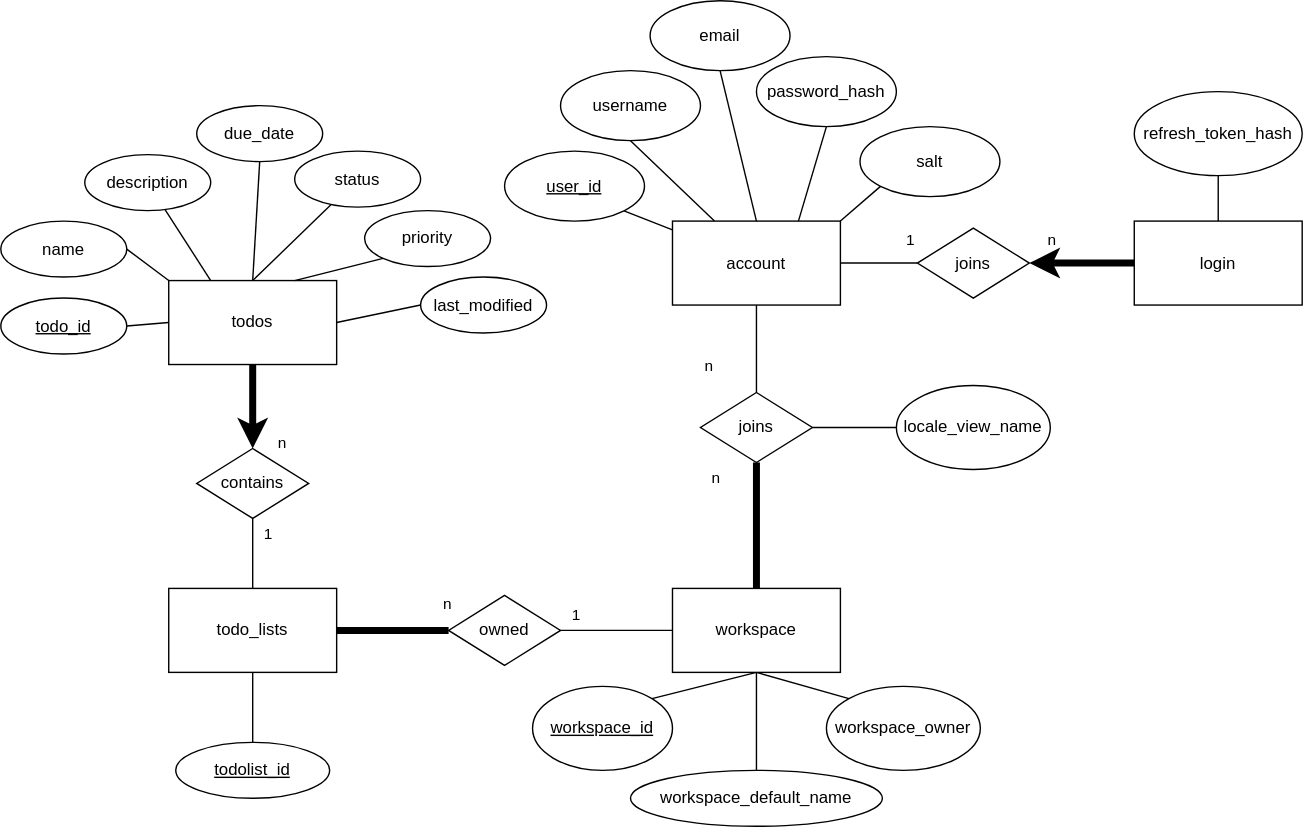
This is specifications/src/er_diagram.drawio.svg from alex-au-922/sleekflow_coding_test, a draw.io export, as it was before one commit. Source tidied: cells renumbered, new cells last; positions are measured from the earlier drawing's top-left corner, leaving out a move shared by most shapes.
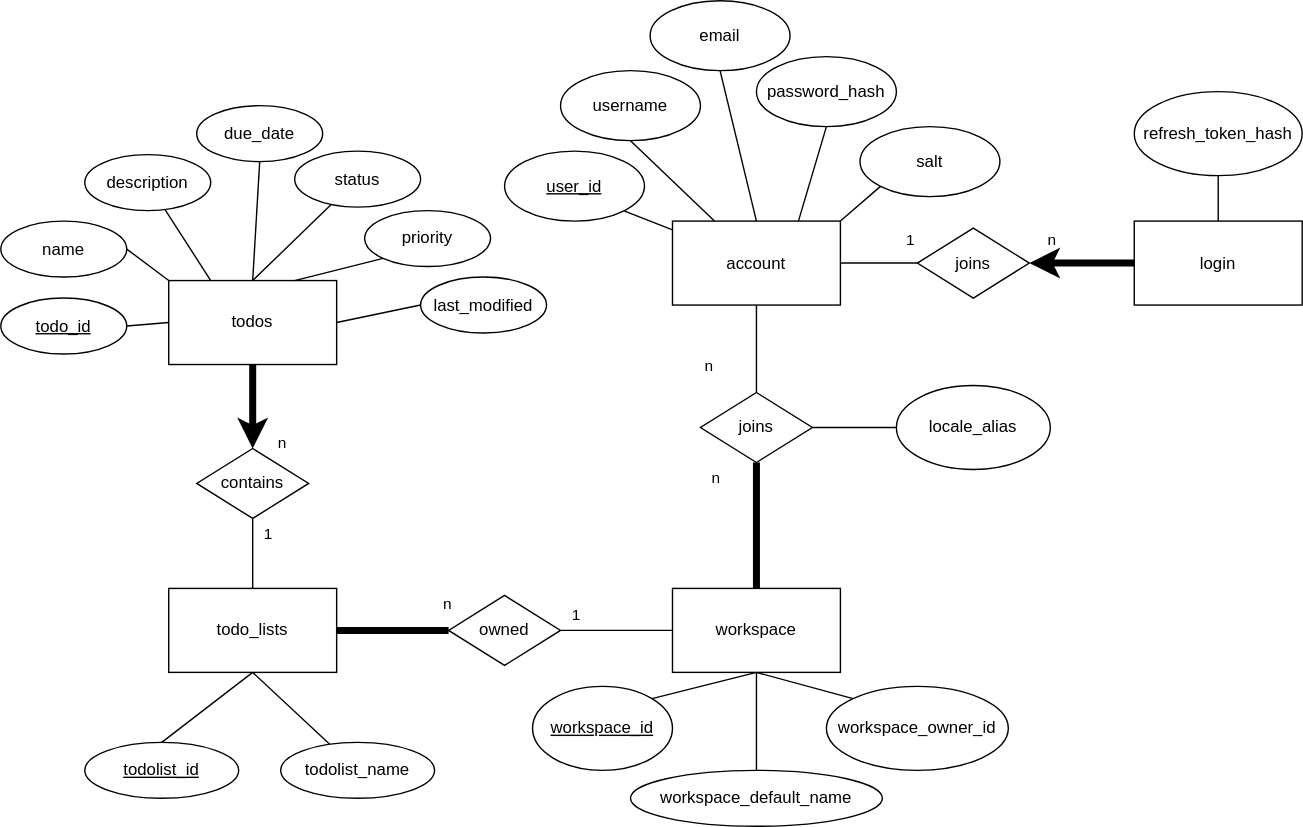
After the change.

What changed in the source:
```diff
@@ -134,14 +134,14 @@
     <mxCell id="41" style="edgeStyle=none;html=1;entryX=1;entryY=0.5;entryDx=0;entryDy=0;endArrow=none;endFill=0;" parent="1" edge="1" source="42" target="36">
       <mxGeometry relative="1" as="geometry" />
     </mxCell>
-    <mxCell id="42" value="locale_view_name" style="ellipse;whiteSpace=wrap;html=1;" parent="1" vertex="1">
+    <mxCell id="42" value="locale_alias" style="ellipse;whiteSpace=wrap;html=1;" parent="1" vertex="1">
       <mxGeometry x="640" y="275" width="110" height="60" as="geometry" />
     </mxCell>
     <mxCell id="43" value="workspace_default_name" style="ellipse;whiteSpace=wrap;html=1;" parent="1" vertex="1">
       <mxGeometry x="450" y="550" width="180" height="40" as="geometry" />
     </mxCell>
-    <mxCell id="44" value="workspace_owner" style="ellipse;whiteSpace=wrap;html=1;" parent="1" vertex="1">
-      <mxGeometry x="590" y="490" width="110" height="60" as="geometry" />
+    <mxCell id="44" value="workspace_owner_id" style="ellipse;whiteSpace=wrap;html=1;" parent="1" vertex="1">
+      <mxGeometry x="590" y="490" width="130" height="60" as="geometry" />
     </mxCell>
     <mxCell id="45" style="edgeStyle=none;html=1;exitX=0;exitY=1;exitDx=0;exitDy=0;entryX=0.75;entryY=0;entryDx=0;entryDy=0;endArrow=none;endFill=0;" parent="1" edge="1" source="46" target="8">
       <mxGeometry relative="1" as="geometry" />
@@ -170,7 +170,7 @@
       <mxGeometry x="140" y="320" width="80" height="50" as="geometry" />
     </mxCell>
     <mxCell id="53" value="&lt;u&gt;todolist_id&lt;/u&gt;" style="ellipse;whiteSpace=wrap;html=1;" parent="1" vertex="1">
-      <mxGeometry x="125" y="530" width="110" height="40" as="geometry" />
+      <mxGeometry x="60" y="530" width="110" height="40" as="geometry" />
     </mxCell>
     <mxCell id="54" style="edgeStyle=none;html=1;entryX=1;entryY=0.5;entryDx=0;entryDy=0;endArrow=classic;endFill=1;strokeWidth=5;" parent="1" edge="1" source="56" target="57">
       <mxGeometry relative="1" as="geometry" />
@@ -198,5 +198,11 @@
     <mxCell id="61" value="last_modified" style="ellipse;whiteSpace=wrap;html=1;" parent="1" vertex="1">
       <mxGeometry x="300" y="197.5" width="90" height="40" as="geometry" />
     </mxCell>
+    <mxCell id="62" style="edgeStyle=none;html=1;entryX=0.5;entryY=1;entryDx=0;entryDy=0;endArrow=none;endFill=0;" parent="1" edge="1" source="63" target="51">
+      <mxGeometry relative="1" as="geometry" />
+    </mxCell>
+    <mxCell id="63" value="todolist_name" style="ellipse;whiteSpace=wrap;html=1;" parent="1" vertex="1">
+      <mxGeometry x="200" y="530" width="110" height="40" as="geometry" />
+    </mxCell>
   </root>
 </mxGraphModel>
```
